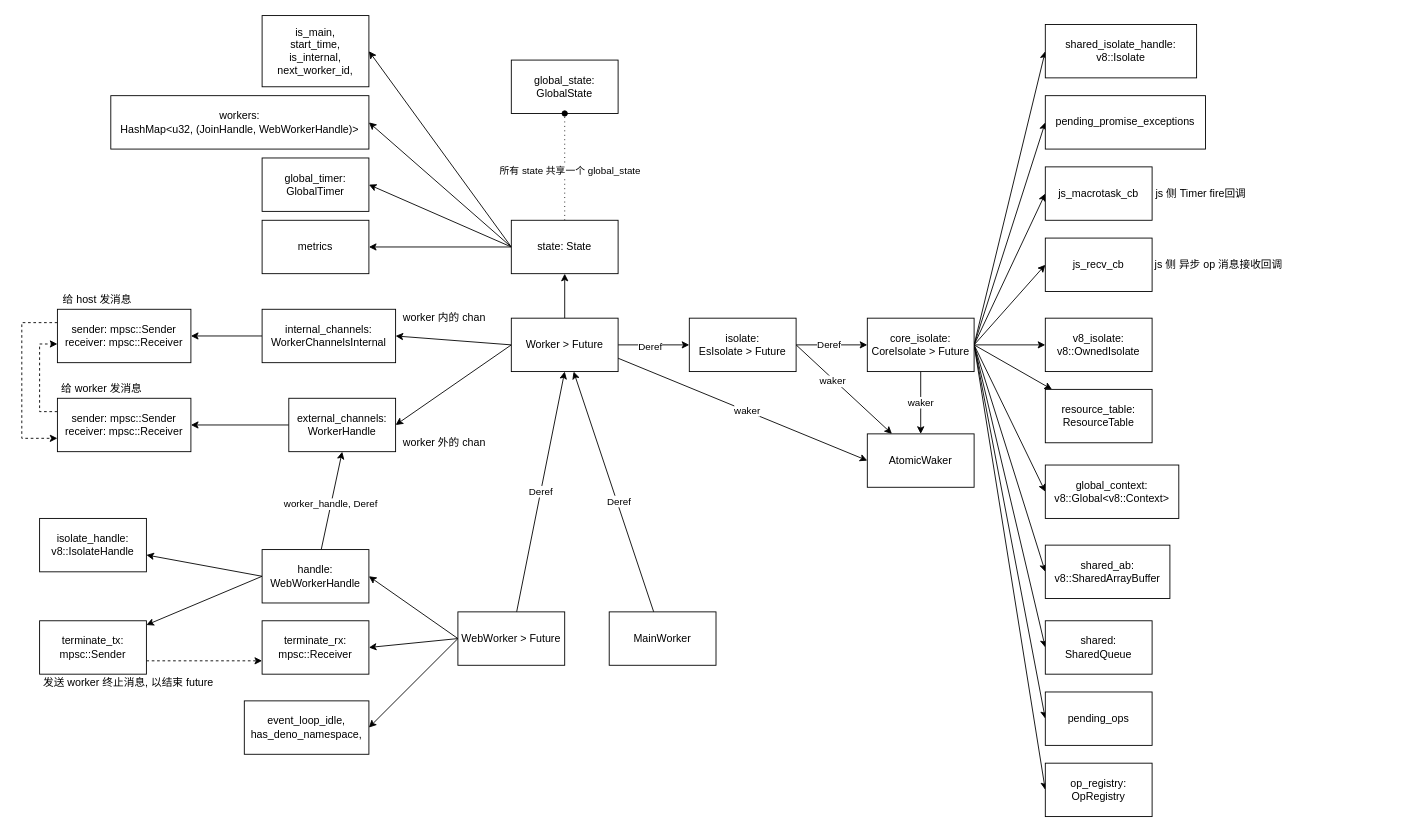
abbshr/diagram keeps this draw.io diagram as deno.drawio. Above is the earlier version. Source tidied: cells renumbered, new cells numbered last; positions are measured from the earlier drawing's top-left corner, leaving out a move shared by most shapes. Both pictures are drawn from the tidied source at 89%, with x=0, y=0 at pixel (21, 15).
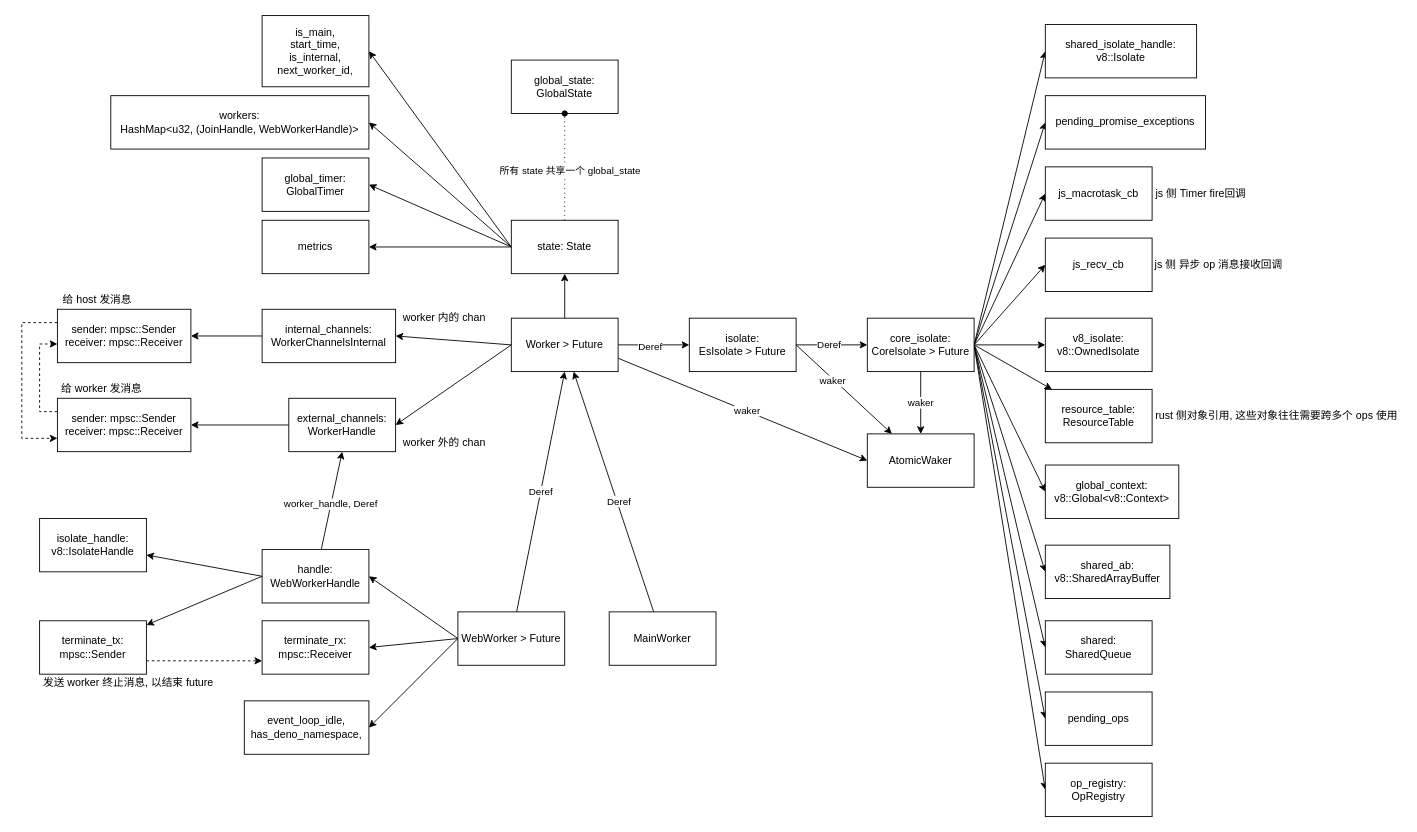
Above is the later version.

Commit message:
添加 resource table

Diff of the diagram source:
```diff
@@
+    <mxCell id="86" value="rust 侧对象引用, 这些对象往往需要跨多个 ops 使用" style="text;html=1;strokeColor=none;fillColor=none;align=center;verticalAlign=middle;whiteSpace=wrap;rounded=0;" parent="1" vertex="1">
+      <mxGeometry x="1270" y="440" width="280" height="20" as="geometry" />
+    </mxCell>
```
